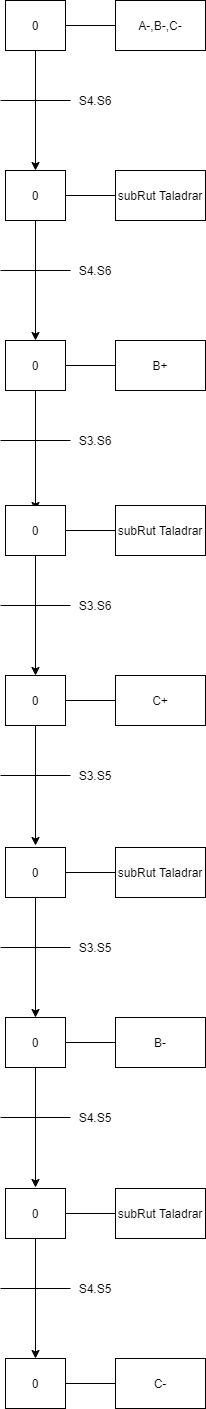
Before: images/grafcetTaladro.png, a diagram exported from draw.io (TecnoBikes/APM_2021_1). Source tidied: cells renumbered, new cells last; positions are measured from the earlier drawing's top-left corner, leaving out a move shared by most shapes.
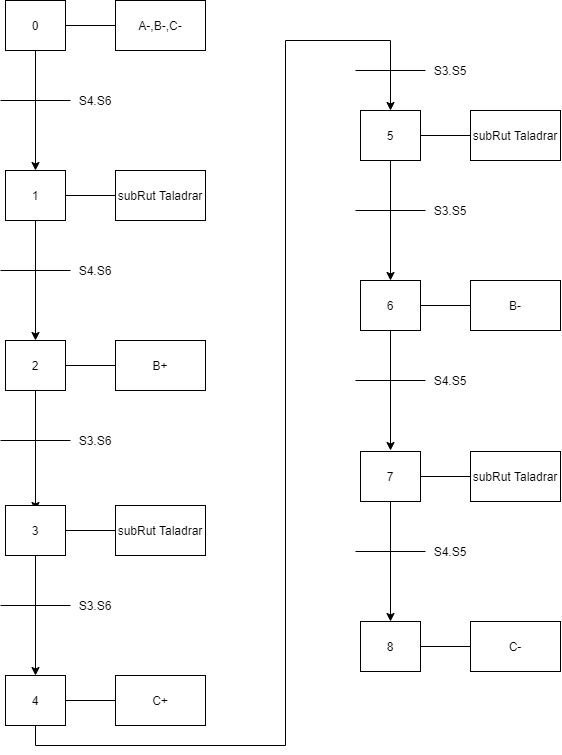
After the commit.

Commit message:
agr. plc

What changed in the source:
```diff
@@ -31,7 +31,7 @@
     <mxCell id="9" style="edgeStyle=orthogonalEdgeStyle;rounded=0;jettySize=auto;html=1;exitX=1;exitY=0.5;exitDx=0;exitDy=0;entryX=0;entryY=0.5;entryDx=0;entryDy=0;endArrow=none;endFill=0;" parent="1" edge="1" source="3" target="8">
       <mxGeometry relative="1" as="geometry" />
     </mxCell>
-    <mxCell id="10" value="0" style="rounded=0;whiteSpace=wrap;html=1;" parent="1" vertex="1">
+    <mxCell id="10" value="1" style="rounded=0;whiteSpace=wrap;html=1;" parent="1" vertex="1">
       <mxGeometry x="5" y="170" width="60" height="50" as="geometry" />
     </mxCell>
     <mxCell id="11" style="endArrow=none;html=1;" parent="1" edge="1">
@@ -57,7 +57,7 @@
     <mxCell id="16" style="edgeStyle=orthogonalEdgeStyle;rounded=0;jettySize=auto;html=1;exitX=1;exitY=0.5;exitDx=0;exitDy=0;entryX=0;entryY=0.5;entryDx=0;entryDy=0;endArrow=none;endFill=0;" parent="1" edge="1" source="10" target="15">
       <mxGeometry relative="1" as="geometry" />
     </mxCell>
-    <mxCell id="17" value="0" style="rounded=0;whiteSpace=wrap;html=1;" parent="1" vertex="1">
+    <mxCell id="17" value="2" style="rounded=0;whiteSpace=wrap;html=1;" parent="1" vertex="1">
       <mxGeometry x="5" y="340" width="60" height="50" as="geometry" />
     </mxCell>
     <mxCell id="18" style="endArrow=none;html=1;" parent="1" edge="1">
@@ -85,7 +85,7 @@
         <mxPoint x="65" y="365" as="sourcePoint" />
       </mxGeometry>
     </mxCell>
-    <mxCell id="24" value="0" style="rounded=0;whiteSpace=wrap;html=1;" parent="1" vertex="1">
+    <mxCell id="24" value="3" style="rounded=0;whiteSpace=wrap;html=1;" parent="1" vertex="1">
       <mxGeometry x="5" y="505" width="60" height="50" as="geometry" />
     </mxCell>
     <mxCell id="25" style="endArrow=none;html=1;" parent="1" edge="1">
@@ -111,21 +111,26 @@
     <mxCell id="30" style="edgeStyle=orthogonalEdgeStyle;rounded=0;jettySize=auto;html=1;exitX=1;exitY=0.5;exitDx=0;exitDy=0;entryX=0;entryY=0.5;entryDx=0;entryDy=0;endArrow=none;endFill=0;" parent="1" edge="1" source="24" target="29">
       <mxGeometry relative="1" as="geometry" />
     </mxCell>
-    <mxCell id="31" value="0" style="rounded=0;whiteSpace=wrap;html=1;" parent="1" vertex="1">
+    <mxCell id="31" value="4" style="rounded=0;whiteSpace=wrap;html=1;" parent="1" vertex="1">
       <mxGeometry x="5" y="675" width="60" height="50" as="geometry" />
     </mxCell>
     <mxCell id="32" style="endArrow=none;html=1;" parent="1" edge="1">
       <mxGeometry relative="1" as="geometry">
-        <mxPoint y="775" as="sourcePoint" />
-        <mxPoint x="70" y="775" as="targetPoint" />
+        <mxPoint x="355" y="70" as="sourcePoint" />
+        <mxPoint x="425" y="70" as="targetPoint" />
       </mxGeometry>
     </mxCell>
     <mxCell id="33" value="S3.S5" style="text;html=1;strokeColor=none;fillColor=none;align=center;verticalAlign=middle;whiteSpace=wrap;rounded=0;" parent="1" vertex="1">
-      <mxGeometry x="75" y="765" width="40" height="20" as="geometry" />
+      <mxGeometry x="430" y="60" width="40" height="20" as="geometry" />
     </mxCell>
-    <mxCell id="34" style="edgeStyle=orthogonalEdgeStyle;rounded=0;jettySize=auto;html=1;exitX=0.5;exitY=1;exitDx=0;exitDy=0;entryX=0.5;entryY=0;entryDx=0;entryDy=0;" parent="1" edge="1" source="31">
+    <mxCell id="34" style="edgeStyle=orthogonalEdgeStyle;rounded=0;jettySize=auto;html=1;exitX=0.5;exitY=1;exitDx=0;exitDy=0;entryX=0.5;entryY=0;entryDx=0;entryDy=0;" parent="1" edge="1" source="31" target="38">
       <mxGeometry relative="1" as="geometry">
-        <mxPoint x="35" y="845" as="targetPoint" />
+        <Array as="points">
+          <mxPoint x="35" y="745" />
+          <mxPoint x="285" y="745" />
+          <mxPoint x="285" y="40" />
+          <mxPoint x="390" y="40" />
+        </Array>
       </mxGeometry>
     </mxCell>
     <mxCell id="35" style="group;" parent="1" vertex="1">
@@ -139,25 +144,25 @@
         <mxPoint x="65" y="700" as="sourcePoint" />
       </mxGeometry>
     </mxCell>
-    <mxCell id="38" value="0" style="rounded=0;whiteSpace=wrap;html=1;" parent="1" vertex="1">
-      <mxGeometry x="5" y="847" width="60" height="50" as="geometry" />
+    <mxCell id="38" value="5" style="rounded=0;whiteSpace=wrap;html=1;" parent="1" vertex="1">
+      <mxGeometry x="360" y="110" width="60" height="50" as="geometry" />
     </mxCell>
     <mxCell id="39" style="endArrow=none;html=1;" parent="1" edge="1">
       <mxGeometry relative="1" as="geometry">
-        <mxPoint y="947" as="sourcePoint" />
-        <mxPoint x="70" y="947" as="targetPoint" />
+        <mxPoint x="355" y="210" as="sourcePoint" />
+        <mxPoint x="425" y="210" as="targetPoint" />
       </mxGeometry>
     </mxCell>
     <mxCell id="40" value="S3.S5" style="text;html=1;strokeColor=none;fillColor=none;align=center;verticalAlign=middle;whiteSpace=wrap;rounded=0;" parent="1" vertex="1">
-      <mxGeometry x="75" y="937" width="40" height="20" as="geometry" />
+      <mxGeometry x="430" y="200" width="40" height="20" as="geometry" />
     </mxCell>
     <mxCell id="41" style="edgeStyle=orthogonalEdgeStyle;rounded=0;jettySize=auto;html=1;exitX=0.5;exitY=1;exitDx=0;exitDy=0;entryX=0.5;entryY=0;entryDx=0;entryDy=0;" parent="1" edge="1" source="38">
       <mxGeometry relative="1" as="geometry">
-        <mxPoint x="35" y="1017" as="targetPoint" />
+        <mxPoint x="390" y="280" as="targetPoint" />
       </mxGeometry>
     </mxCell>
     <mxCell id="42" style="group;" parent="1" vertex="1">
-      <mxGeometry x="115" y="847" width="90" height="50" as="geometry" />
+      <mxGeometry x="470" y="110" width="90" height="50" as="geometry" />
     </mxCell>
     <mxCell id="43" value="subRut Taladrar" style="rounded=0;whiteSpace=wrap;html=1;" parent="42" vertex="1">
       <mxGeometry width="90" height="50" as="geometry" />
@@ -165,53 +170,53 @@
     <mxCell id="44" style="edgeStyle=orthogonalEdgeStyle;rounded=0;jettySize=auto;html=1;exitX=1;exitY=0.5;exitDx=0;exitDy=0;entryX=0;entryY=0.5;entryDx=0;entryDy=0;endArrow=none;endFill=0;" parent="1" edge="1" source="38" target="43">
       <mxGeometry relative="1" as="geometry" />
     </mxCell>
-    <mxCell id="45" value="0" style="rounded=0;whiteSpace=wrap;html=1;" parent="1" vertex="1">
-      <mxGeometry x="5" y="1017" width="60" height="50" as="geometry" />
+    <mxCell id="45" value="6" style="rounded=0;whiteSpace=wrap;html=1;" parent="1" vertex="1">
+      <mxGeometry x="360" y="280" width="60" height="50" as="geometry" />
     </mxCell>
     <mxCell id="46" style="endArrow=none;html=1;" parent="1" edge="1">
       <mxGeometry relative="1" as="geometry">
-        <mxPoint y="1117" as="sourcePoint" />
-        <mxPoint x="70" y="1117" as="targetPoint" />
+        <mxPoint x="355" y="380" as="sourcePoint" />
+        <mxPoint x="425" y="380" as="targetPoint" />
       </mxGeometry>
     </mxCell>
     <mxCell id="47" value="S4.S5" style="text;html=1;strokeColor=none;fillColor=none;align=center;verticalAlign=middle;whiteSpace=wrap;rounded=0;" parent="1" vertex="1">
-      <mxGeometry x="75" y="1107" width="40" height="20" as="geometry" />
+      <mxGeometry x="430" y="370" width="40" height="20" as="geometry" />
     </mxCell>
     <mxCell id="48" style="edgeStyle=orthogonalEdgeStyle;rounded=0;jettySize=auto;html=1;exitX=0.5;exitY=1;exitDx=0;exitDy=0;entryX=0.5;entryY=0;entryDx=0;entryDy=0;" parent="1" edge="1" source="45">
       <mxGeometry relative="1" as="geometry">
-        <mxPoint x="35" y="1187" as="targetPoint" />
+        <mxPoint x="390" y="450" as="targetPoint" />
       </mxGeometry>
     </mxCell>
     <mxCell id="49" style="group;" parent="1" vertex="1">
-      <mxGeometry x="115" y="1017" width="90" height="50" as="geometry" />
+      <mxGeometry x="470" y="280" width="90" height="50" as="geometry" />
     </mxCell>
     <mxCell id="50" value="B-" style="rounded=0;whiteSpace=wrap;html=1;" parent="49" vertex="1">
       <mxGeometry width="90" height="50" as="geometry" />
     </mxCell>
     <mxCell id="51" style="edgeStyle=orthogonalEdgeStyle;rounded=0;jettySize=auto;html=1;entryX=0;entryY=0.5;entryDx=0;entryDy=0;endArrow=none;endFill=0;" parent="1" edge="1" target="50">
       <mxGeometry relative="1" as="geometry">
-        <mxPoint x="65" y="1042" as="sourcePoint" />
+        <mxPoint x="420" y="305" as="sourcePoint" />
       </mxGeometry>
     </mxCell>
-    <mxCell id="52" value="0" style="rounded=0;whiteSpace=wrap;html=1;" parent="1" vertex="1">
-      <mxGeometry x="5" y="1188" width="60" height="50" as="geometry" />
+    <mxCell id="52" value="7" style="rounded=0;whiteSpace=wrap;html=1;" parent="1" vertex="1">
+      <mxGeometry x="360" y="451" width="60" height="50" as="geometry" />
     </mxCell>
     <mxCell id="53" style="endArrow=none;html=1;" parent="1" edge="1">
       <mxGeometry relative="1" as="geometry">
-        <mxPoint y="1288" as="sourcePoint" />
-        <mxPoint x="70" y="1288" as="targetPoint" />
+        <mxPoint x="355" y="551" as="sourcePoint" />
+        <mxPoint x="425" y="551" as="targetPoint" />
       </mxGeometry>
     </mxCell>
     <mxCell id="54" value="S4.S5" style="text;html=1;strokeColor=none;fillColor=none;align=center;verticalAlign=middle;whiteSpace=wrap;rounded=0;" parent="1" vertex="1">
-      <mxGeometry x="75" y="1278" width="40" height="20" as="geometry" />
+      <mxGeometry x="430" y="541" width="40" height="20" as="geometry" />
     </mxCell>
     <mxCell id="55" style="edgeStyle=orthogonalEdgeStyle;rounded=0;jettySize=auto;html=1;exitX=0.5;exitY=1;exitDx=0;exitDy=0;entryX=0.5;entryY=0;entryDx=0;entryDy=0;" parent="1" edge="1" source="52">
       <mxGeometry relative="1" as="geometry">
-        <mxPoint x="35" y="1358" as="targetPoint" />
+        <mxPoint x="390" y="621" as="targetPoint" />
       </mxGeometry>
     </mxCell>
     <mxCell id="56" style="group;" parent="1" vertex="1">
-      <mxGeometry x="115" y="1188" width="90" height="50" as="geometry" />
+      <mxGeometry x="470" y="451" width="90" height="50" as="geometry" />
     </mxCell>
     <mxCell id="57" value="subRut Taladrar" style="rounded=0;whiteSpace=wrap;html=1;" parent="56" vertex="1">
       <mxGeometry width="90" height="50" as="geometry" />
@@ -219,18 +224,18 @@
     <mxCell id="58" style="edgeStyle=orthogonalEdgeStyle;rounded=0;jettySize=auto;html=1;exitX=1;exitY=0.5;exitDx=0;exitDy=0;entryX=0;entryY=0.5;entryDx=0;entryDy=0;endArrow=none;endFill=0;" parent="1" edge="1" source="52" target="57">
       <mxGeometry relative="1" as="geometry" />
     </mxCell>
-    <mxCell id="59" value="0" style="rounded=0;whiteSpace=wrap;html=1;" parent="1" vertex="1">
-      <mxGeometry x="5" y="1358" width="60" height="50" as="geometry" />
+    <mxCell id="59" value="8" style="rounded=0;whiteSpace=wrap;html=1;" parent="1" vertex="1">
+      <mxGeometry x="360" y="621" width="60" height="50" as="geometry" />
     </mxCell>
     <mxCell id="60" style="group;" parent="1" vertex="1">
-      <mxGeometry x="115" y="1358" width="90" height="50" as="geometry" />
+      <mxGeometry x="470" y="621" width="90" height="50" as="geometry" />
     </mxCell>
     <mxCell id="61" value="C-" style="rounded=0;whiteSpace=wrap;html=1;" parent="60" vertex="1">
       <mxGeometry width="90" height="50" as="geometry" />
     </mxCell>
     <mxCell id="62" style="edgeStyle=orthogonalEdgeStyle;rounded=0;jettySize=auto;html=1;entryX=0;entryY=0.5;entryDx=0;entryDy=0;endArrow=none;endFill=0;" parent="1" edge="1" target="61">
       <mxGeometry relative="1" as="geometry">
-        <mxPoint x="65" y="1383" as="sourcePoint" />
+        <mxPoint x="420" y="646" as="sourcePoint" />
       </mxGeometry>
     </mxCell>
   </root>
```
